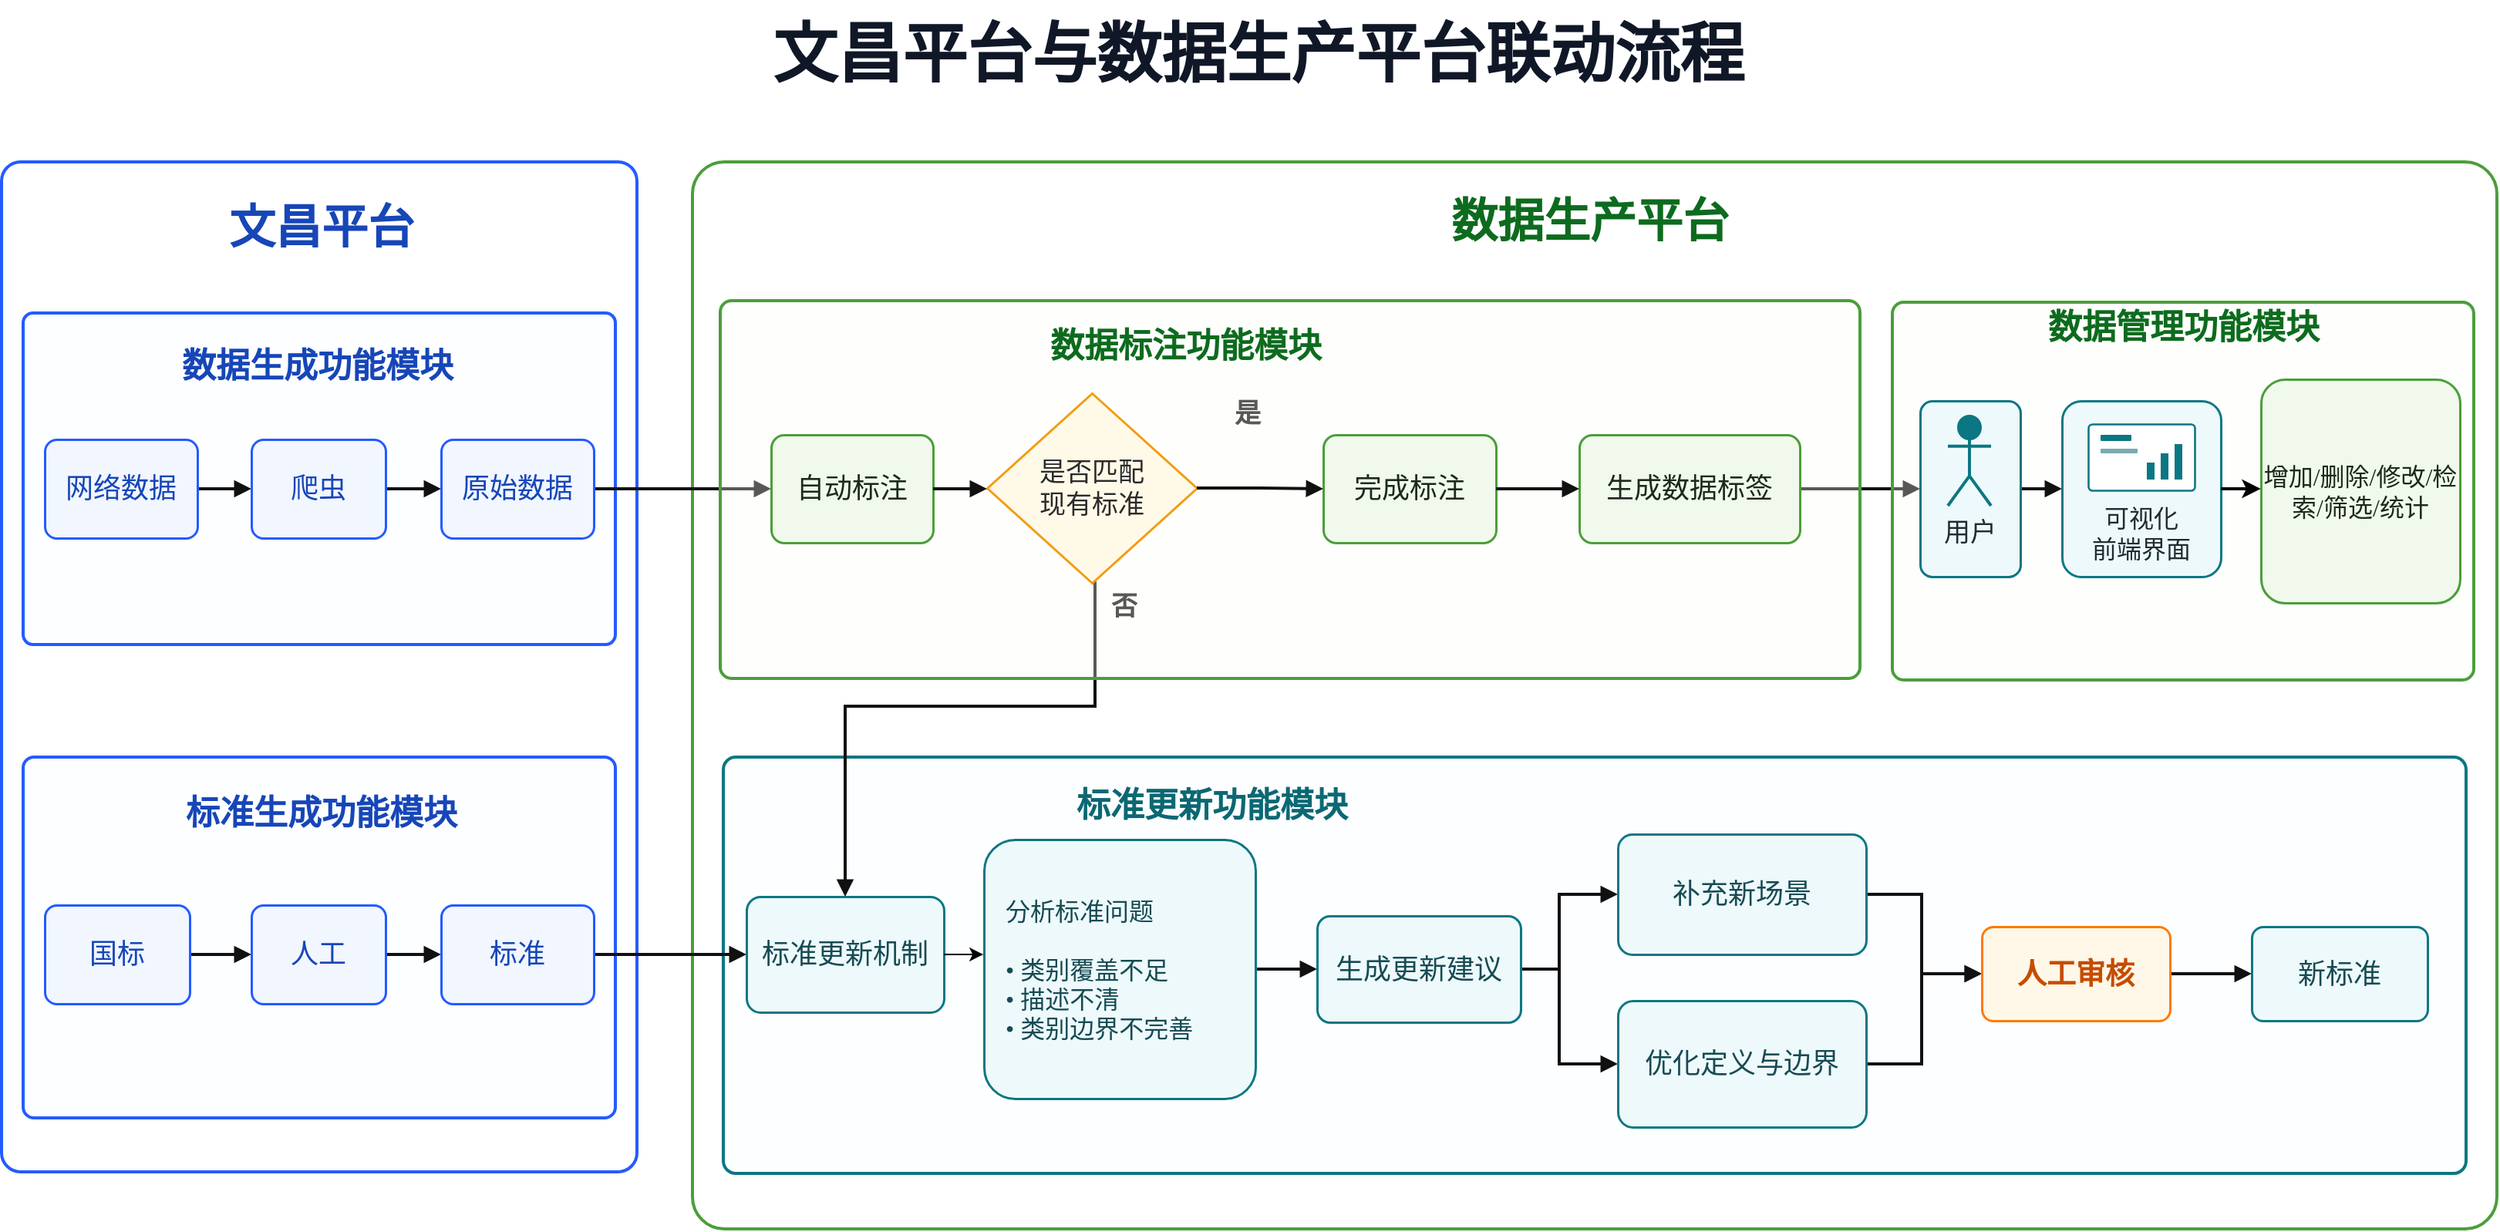
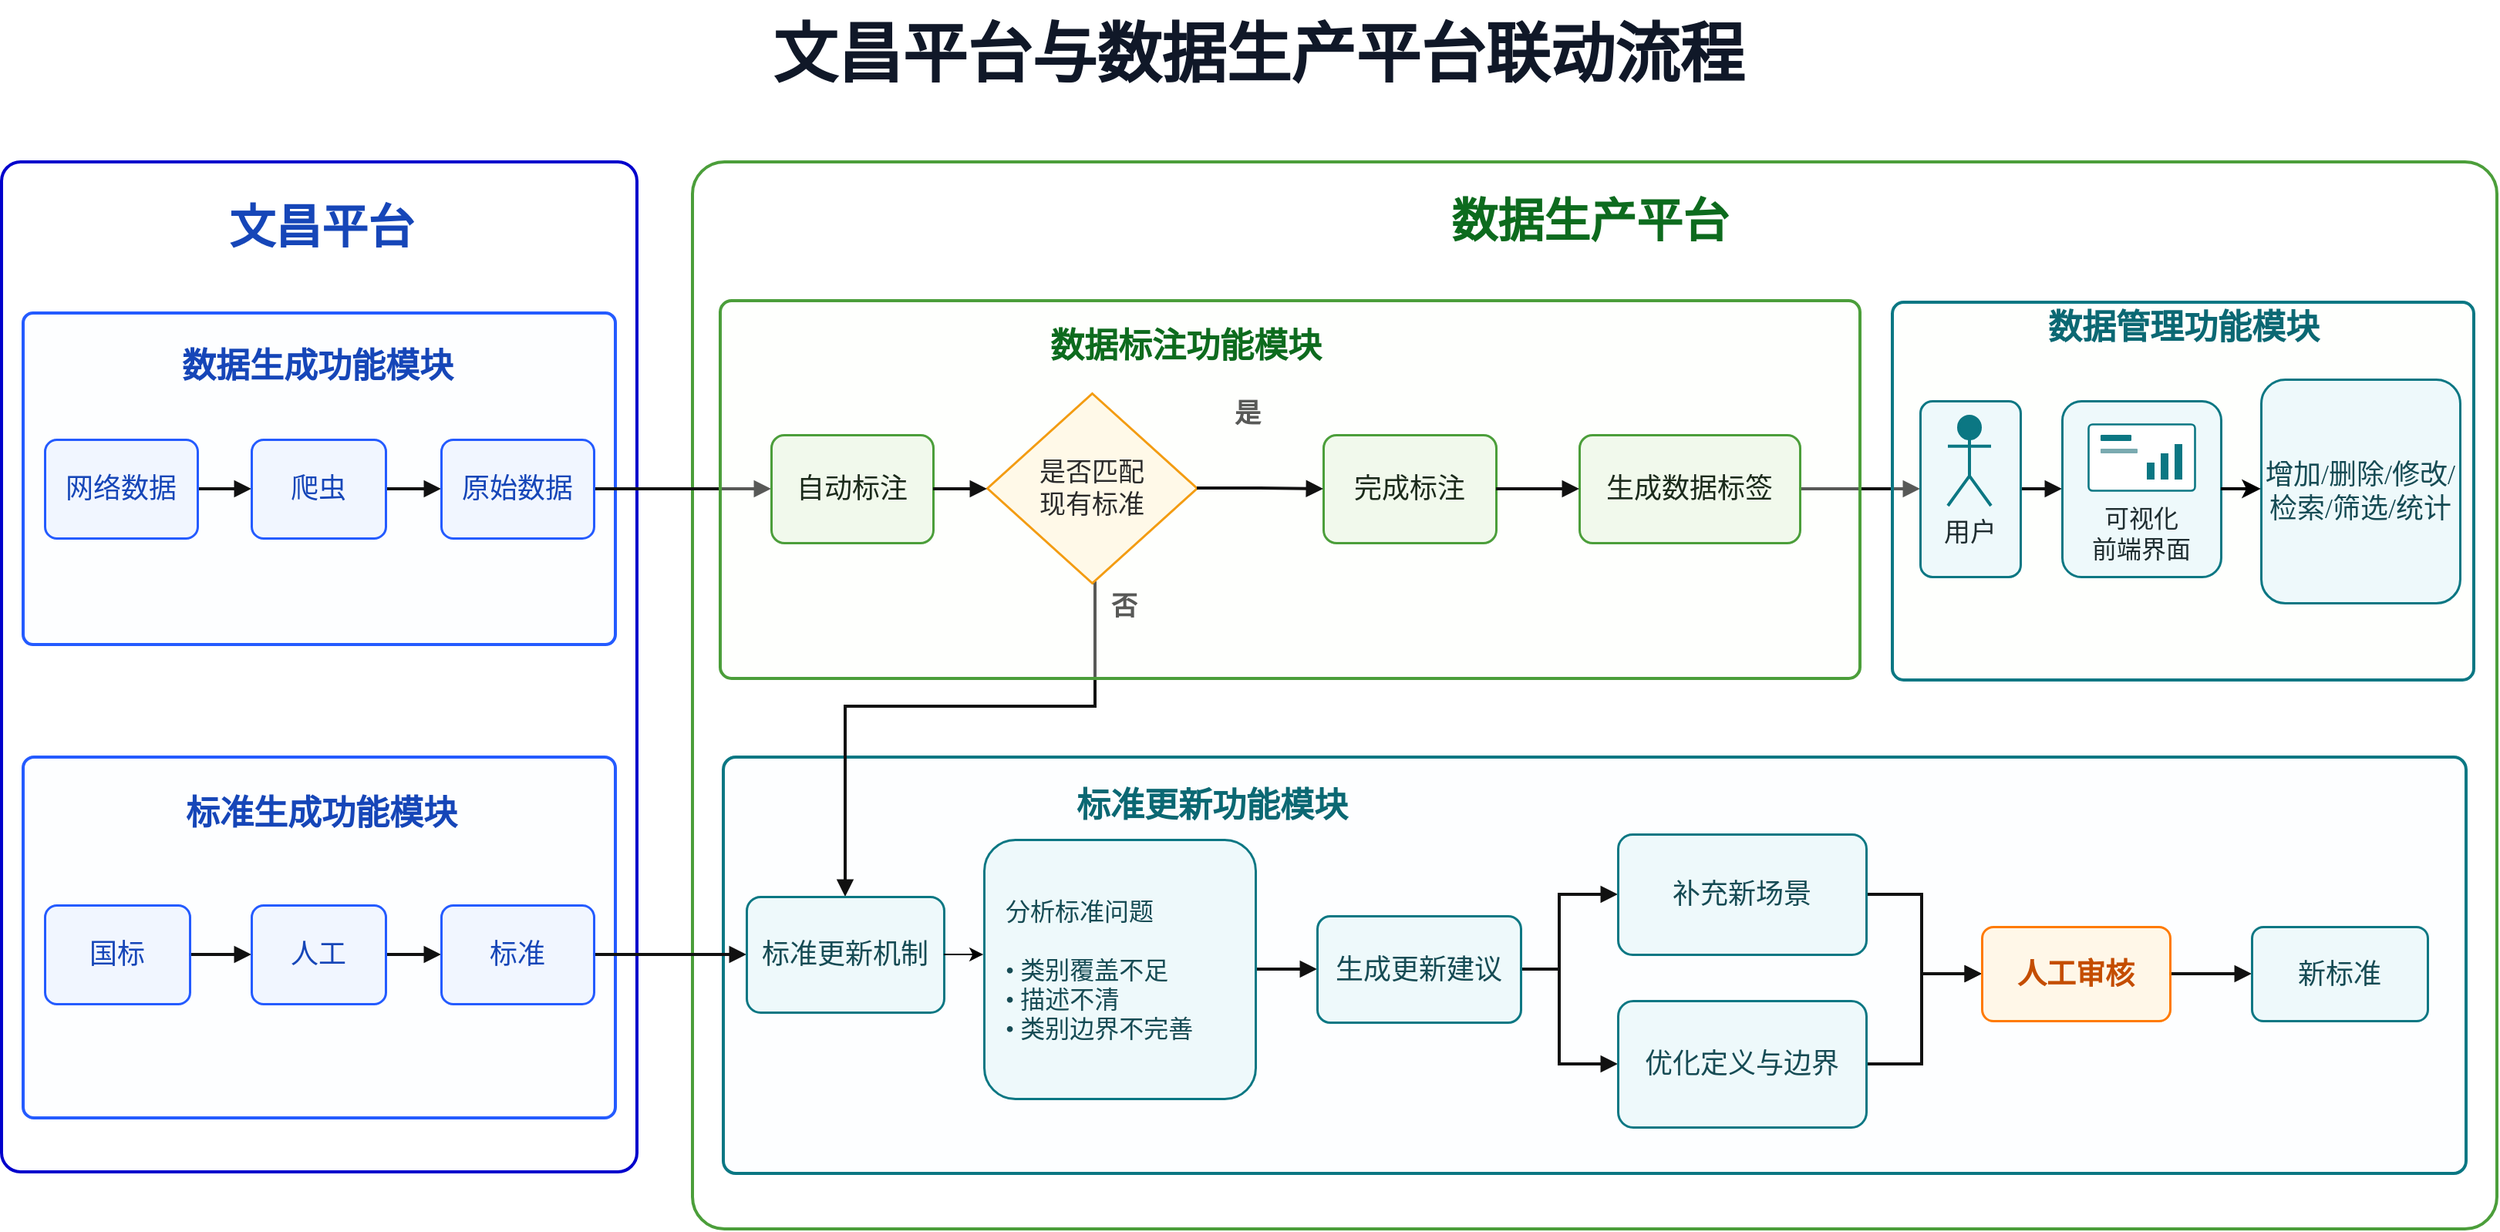
<mxfile host="app.diagrams.net">
  <diagram name="第 1 页" id="4yErZtKO05P3tX7bJs6z">
-     <mxGraphModel dx="524" dy="313" grid="1" gridSize="1" guides="1" tooltips="1" connect="1" arrows="1" fold="1" page="1" pageScale="1" pageWidth="1656" pageHeight="928" background="#FFFFFF" math="0" shadow="0">
+     <mxGraphModel dx="2044" dy="1222" grid="1" gridSize="1" guides="1" tooltips="1" connect="1" arrows="1" fold="1" page="1" pageScale="1" pageWidth="1656" pageHeight="928" background="#FFFFFF" math="0" shadow="0">
      <root>
        <mxCell id="0" />
        <mxCell id="1" parent="0" />
        <mxCell id="title" parent="1" style="text;html=1;align=center;verticalAlign=middle;whiteSpace=wrap;rounded=0;strokeColor=none;fillColor=none;fontFamily=Microsoft YaHei;fontSize=42;fontStyle=1;fontColor=#101828;" value="文昌平台与数据生产平台联动流程" vertex="1">
          <mxGeometry height="72" width="960" x="350" y="12" as="geometry" />
        </mxCell>
-         <mxCell id="left_outer" parent="1" style="rounded=1;arcSize=3;whiteSpace=wrap;html=1;fillColor=none;strokeWidth=2;strokeColor=#245BFF;fillColor=#FFFFFF;fillOpacity=0;" value="" vertex="1">
+         <mxCell id="left_outer" parent="1" style="rounded=1;arcSize=3;whiteSpace=wrap;html=1;fillColor=none;strokeWidth=2;strokeColor=#0000CC;fillColor=#FFFFFF;fillOpacity=0;" value="" vertex="1">
          <mxGeometry height="655" width="412" x="15" y="117" as="geometry" />
        </mxCell>
        <mxCell id="left_title" parent="1" style="text;html=1;align=center;verticalAlign=middle;whiteSpace=wrap;rounded=0;strokeColor=none;fillColor=none;fontFamily=Microsoft YaHei;fontSize=30;fontStyle=1;fontColor=#1646B8;" value="文昌平台" vertex="1">
          <mxGeometry height="48" width="235" x="105" y="135" as="geometry" />
        </mxCell>
        <mxCell id="right_outer" parent="1" style="rounded=1;arcSize=3;whiteSpace=wrap;html=1;fillColor=none;strokeWidth=2;strokeColor=#4B9E3A;fillColor=#FFFFFF;fillOpacity=0;" value="" vertex="1">
          <mxGeometry height="692" width="1170" x="463" y="117" as="geometry" />
        </mxCell>
        <mxCell id="right_title" parent="1" style="text;html=1;align=center;verticalAlign=middle;whiteSpace=wrap;rounded=0;strokeColor=none;fillColor=none;fontFamily=Microsoft YaHei;fontSize=30;fontStyle=1;fontColor=#0D6B1E;" value="数据生产平台" vertex="1">
          <mxGeometry height="50" width="540" x="775" y="130" as="geometry" />
        </mxCell>
        <mxCell id="data_gen_box" parent="1" style="rounded=1;arcSize=3;whiteSpace=wrap;html=1;fillColor=none;strokeWidth=2;strokeColor=#245BFF;fillColor=#F7FAFF;fillOpacity=30;" value="" vertex="1">
          <mxGeometry height="215" width="384" x="29" y="215" as="geometry" />
        </mxCell>
        <mxCell id="data_gen_title" parent="1" style="text;html=1;align=center;verticalAlign=middle;whiteSpace=wrap;rounded=0;strokeColor=none;fillColor=none;fontFamily=Microsoft YaHei;fontSize=22;fontStyle=1;fontColor=#1646B8;" value="数据生成功能模块" vertex="1">
          <mxGeometry height="43" width="260" x="90" y="228" as="geometry" />
        </mxCell>
        <mxCell id="std_gen_box" parent="1" style="rounded=1;arcSize=3;whiteSpace=wrap;html=1;fillColor=none;strokeWidth=2;strokeColor=#245BFF;fillColor=#F7FAFF;fillOpacity=30;" value="" vertex="1">
          <mxGeometry height="234" width="384" x="29" y="503" as="geometry" />
        </mxCell>
        <mxCell id="std_gen_title" parent="1" style="text;html=1;align=center;verticalAlign=middle;whiteSpace=wrap;rounded=0;strokeColor=none;fillColor=none;fontFamily=Microsoft YaHei;fontSize=22;fontStyle=1;fontColor=#1646B8;" value="标准生成功能模块" vertex="1">
          <mxGeometry height="43" width="285" x="80" y="518" as="geometry" />
        </mxCell>
        <mxCell id="update_box" parent="1" style="rounded=1;arcSize=3;whiteSpace=wrap;html=1;fillColor=none;strokeWidth=2;strokeColor=#0B7783;fillColor=#F7FCFD;fillOpacity=30;" value="" vertex="1">
          <mxGeometry height="270" width="1130" x="483" y="503" as="geometry" />
        </mxCell>
        <mxCell id="update_title" parent="1" style="text;html=1;align=center;verticalAlign=middle;whiteSpace=wrap;rounded=0;strokeColor=none;fillColor=none;fontFamily=Microsoft YaHei;fontSize=22;fontStyle=1;fontColor=#0B6873;" value="标准更新功能模块" vertex="1">
          <mxGeometry height="42" width="380" x="610" y="514" as="geometry" />
        </mxCell>
        <mxCell id="e_network_crawler" edge="1" parent="1" source="network_data" style="edgeStyle=orthogonalEdgeStyle;rounded=0;orthogonalLoop=1;jettySize=auto;html=1;endArrow=block;endFill=1;strokeColor=#111111;strokeWidth=2;exitX=1;exitY=0.5;entryX=0;entryY=0.5;" target="crawler" value="">
          <mxGeometry relative="1" as="geometry" />
        </mxCell>
        <mxCell id="e_crawler_raw" edge="1" parent="1" source="crawler" style="edgeStyle=orthogonalEdgeStyle;rounded=0;orthogonalLoop=1;jettySize=auto;html=1;endArrow=block;endFill=1;strokeColor=#111111;strokeWidth=2;exitX=1;exitY=0.5;entryX=0;entryY=0.5;" target="raw_data" value="">
          <mxGeometry relative="1" as="geometry" />
        </mxCell>
        <mxCell id="e_national_manual" edge="1" parent="1" source="national_std" style="edgeStyle=orthogonalEdgeStyle;rounded=0;orthogonalLoop=1;jettySize=auto;html=1;endArrow=block;endFill=1;strokeColor=#111111;strokeWidth=2;exitX=1;exitY=0.5;entryX=0;entryY=0.5;" target="manual" value="">
          <mxGeometry relative="1" as="geometry" />
        </mxCell>
        <mxCell id="e_manual_rawstd" edge="1" parent="1" source="manual" style="edgeStyle=orthogonalEdgeStyle;rounded=0;orthogonalLoop=1;jettySize=auto;html=1;endArrow=block;endFill=1;strokeColor=#111111;strokeWidth=2;exitX=1;exitY=0.5;entryX=0;entryY=0.5;" target="raw_std" value="">
          <mxGeometry relative="1" as="geometry" />
        </mxCell>
        <mxCell id="e_raw_auto" edge="1" parent="1" source="raw_data" style="edgeStyle=orthogonalEdgeStyle;rounded=0;orthogonalLoop=1;jettySize=auto;html=1;endArrow=block;endFill=1;strokeColor=#111111;strokeWidth=2;exitX=1;exitY=0.5;entryX=0;entryY=0.5;" target="auto_label" value="">
          <mxGeometry relative="1" as="geometry" />
        </mxCell>
        <mxCell id="e_rawstd_mech" edge="1" parent="1" source="raw_std" style="edgeStyle=orthogonalEdgeStyle;rounded=0;orthogonalLoop=1;jettySize=auto;html=1;endArrow=block;endFill=1;strokeColor=#111111;strokeWidth=2;exitX=1;exitY=0.5;entryX=0;entryY=0.5;" target="update_mechanism" value="">
          <mxGeometry relative="1" as="geometry" />
        </mxCell>
        <mxCell id="e_generate_user" edge="1" parent="1" source="generate_tag" style="edgeStyle=orthogonalEdgeStyle;rounded=0;orthogonalLoop=1;jettySize=auto;html=1;endArrow=block;endFill=1;strokeColor=#111111;strokeWidth=2;exitX=1;exitY=0.5;entryX=0;entryY=0.5;" target="user_box" value="">
          <mxGeometry relative="1" as="geometry" />
        </mxCell>
        <mxCell id="e_decision_update" edge="1" parent="1" source="decision" style="edgeStyle=orthogonalEdgeStyle;rounded=0;orthogonalLoop=1;jettySize=auto;html=1;endArrow=block;endFill=1;strokeColor=#111111;strokeWidth=2;exitX=0.5;exitY=1;entryX=0.5;entryY=0;" target="update_mechanism" value="">
          <mxGeometry relative="1" as="geometry">
            <Array as="points">
              <mxPoint x="724" y="470" />
              <mxPoint x="562" y="470" />
            </Array>
          </mxGeometry>
        </mxCell>
        <mxCell id="e_analysis_suggest" edge="1" parent="1" source="analysis_problem" style="edgeStyle=orthogonalEdgeStyle;rounded=0;orthogonalLoop=1;jettySize=auto;html=1;endArrow=block;endFill=1;strokeColor=#111111;strokeWidth=2;exitX=1;exitY=0.5;entryX=0;entryY=0.5;" target="update_suggestion" value="">
          <mxGeometry relative="1" as="geometry" />
        </mxCell>
        <mxCell id="e_suggest_expand" edge="1" parent="1" source="update_suggestion" style="edgeStyle=orthogonalEdgeStyle;rounded=0;orthogonalLoop=1;jettySize=auto;html=1;endArrow=block;endFill=1;strokeColor=#111111;strokeWidth=2;exitX=1;exitY=0.5;entryX=0;entryY=0.5;" target="expand_category" value="">
          <mxGeometry relative="1" as="geometry">
            <Array as="points">
              <mxPoint x="1025" y="640" />
              <mxPoint x="1025" y="592" />
            </Array>
          </mxGeometry>
        </mxCell>
        <mxCell id="e_suggest_modify" edge="1" parent="1" source="update_suggestion" style="edgeStyle=orthogonalEdgeStyle;rounded=0;orthogonalLoop=1;jettySize=auto;html=1;endArrow=block;endFill=1;strokeColor=#111111;strokeWidth=2;exitX=1;exitY=0.5;entryX=0;entryY=0.5;" target="modify_desc" value="">
          <mxGeometry relative="1" as="geometry">
            <Array as="points">
              <mxPoint x="1025" y="640" />
              <mxPoint x="1025" y="702" />
            </Array>
          </mxGeometry>
        </mxCell>
        <mxCell id="e_expand_review" edge="1" parent="1" source="expand_category" style="edgeStyle=orthogonalEdgeStyle;rounded=0;orthogonalLoop=1;jettySize=auto;html=1;endArrow=block;endFill=1;strokeColor=#111111;strokeWidth=2;exitX=1;exitY=0.5;entryX=0;entryY=0.5;" target="manual_review" value="">
          <mxGeometry relative="1" as="geometry">
            <Array as="points">
              <mxPoint x="1260" y="592" />
              <mxPoint x="1260" y="644" />
            </Array>
          </mxGeometry>
        </mxCell>
        <mxCell id="e_modify_review" edge="1" parent="1" source="modify_desc" style="edgeStyle=orthogonalEdgeStyle;rounded=0;orthogonalLoop=1;jettySize=auto;html=1;endArrow=block;endFill=1;strokeColor=#111111;strokeWidth=2;exitX=1;exitY=0.5;entryX=0;entryY=0.5;" target="manual_review" value="">
          <mxGeometry relative="1" as="geometry">
            <Array as="points">
              <mxPoint x="1260" y="702" />
              <mxPoint x="1260" y="644" />
            </Array>
          </mxGeometry>
        </mxCell>
        <mxCell id="e_review_approved" edge="1" parent="1" source="manual_review" style="edgeStyle=orthogonalEdgeStyle;rounded=0;orthogonalLoop=1;jettySize=auto;html=1;endArrow=block;endFill=1;strokeColor=#111111;strokeWidth=2;exitX=1;exitY=0.5;entryX=0;entryY=0.5;" target="approved" value="">
          <mxGeometry relative="1" as="geometry" />
        </mxCell>
        <mxCell id="network_data" parent="1" style="rounded=1;arcSize=12;whiteSpace=wrap;html=1;align=center;verticalAlign=middle;strokeWidth=1.5;shadow=0;fontFamily=Microsoft YaHei;fontSize=18;fontColor=#1646B8;strokeColor=#245BFF;fillColor=#F1F6FF;" value="网络数据" vertex="1">
          <mxGeometry height="64" width="99" x="43" y="297" as="geometry" />
        </mxCell>
        <mxCell id="crawler" parent="1" style="rounded=1;arcSize=12;whiteSpace=wrap;html=1;align=center;verticalAlign=middle;strokeWidth=1.5;shadow=0;fontFamily=Microsoft YaHei;fontSize=18;fontColor=#1646B8;strokeColor=#245BFF;fillColor=#F1F6FF;" value="爬虫" vertex="1">
          <mxGeometry height="64" width="87" x="177" y="297" as="geometry" />
        </mxCell>
        <mxCell id="raw_data" parent="1" style="rounded=1;arcSize=12;whiteSpace=wrap;html=1;align=center;verticalAlign=middle;strokeWidth=1.5;shadow=0;fontFamily=Microsoft YaHei;fontSize=18;fontColor=#1646B8;strokeColor=#245BFF;fillColor=#F1F6FF;" value="原始数据" vertex="1">
          <mxGeometry height="64" width="99" x="300" y="297" as="geometry" />
        </mxCell>
        <mxCell id="national_std" parent="1" style="rounded=1;arcSize=12;whiteSpace=wrap;html=1;align=center;verticalAlign=middle;strokeWidth=1.5;shadow=0;fontFamily=Microsoft YaHei;fontSize=18;fontColor=#1646B8;strokeColor=#245BFF;fillColor=#F1F6FF;" value="国标" vertex="1">
          <mxGeometry height="64" width="94" x="43" y="599" as="geometry" />
        </mxCell>
        <mxCell id="manual" parent="1" style="rounded=1;arcSize=12;whiteSpace=wrap;html=1;align=center;verticalAlign=middle;strokeWidth=1.5;shadow=0;fontFamily=Microsoft YaHei;fontSize=18;fontColor=#1646B8;strokeColor=#245BFF;fillColor=#F1F6FF;" value="人工" vertex="1">
          <mxGeometry height="64" width="87" x="177" y="599" as="geometry" />
        </mxCell>
        <mxCell id="raw_std" parent="1" style="rounded=1;arcSize=12;whiteSpace=wrap;html=1;align=center;verticalAlign=middle;strokeWidth=1.5;shadow=0;fontFamily=Microsoft YaHei;fontSize=18;fontColor=#1646B8;strokeColor=#245BFF;fillColor=#F1F6FF;" value="标准" vertex="1">
          <mxGeometry height="64" width="99" x="300" y="599" as="geometry" />
        </mxCell>
        <mxCell id="update_mechanism" parent="1" style="rounded=1;arcSize=12;whiteSpace=wrap;html=1;align=center;verticalAlign=middle;strokeWidth=1.5;shadow=0;fontFamily=Microsoft YaHei;fontSize=18;fontColor=#164B54;strokeColor=#0B7783;fillColor=#EEF9FB;" value="标准更新机制" vertex="1">
          <mxGeometry height="75" width="128" x="498" y="593.5" as="geometry" />
        </mxCell>
        <mxCell id="analysis_problem" parent="1" style="rounded=1;arcSize=12;whiteSpace=wrap;html=1;align=center;verticalAlign=middle;strokeWidth=1.5;shadow=0;fontFamily=Microsoft YaHei;fontSize=16;fontColor=#164B54;strokeColor=#0B7783;fillColor=#EEF9FB;align=left;spacingLeft=12;" value="分析标准问题&lt;div&gt;&lt;br&gt;&lt;div&gt;• 类别覆盖不足&lt;/div&gt;&lt;div&gt;• 描述不清&lt;/div&gt;&lt;div&gt;• 类别边界不完善&lt;/div&gt;&lt;/div&gt;" vertex="1">
          <mxGeometry height="168" width="176" x="652" y="556.5" as="geometry" />
        </mxCell>
        <mxCell id="update_suggestion" parent="1" style="rounded=1;arcSize=12;whiteSpace=wrap;html=1;align=center;verticalAlign=middle;strokeWidth=1.5;shadow=0;fontFamily=Microsoft YaHei;fontSize=18;fontColor=#164B54;strokeColor=#0B7783;fillColor=#EEF9FB;" value="生成更新建议" vertex="1">
          <mxGeometry height="69" width="132" x="868" y="606" as="geometry" />
        </mxCell>
        <mxCell id="expand_category" parent="1" style="rounded=1;arcSize=12;whiteSpace=wrap;html=1;align=center;verticalAlign=middle;strokeWidth=1.5;shadow=0;fontFamily=Microsoft YaHei;fontSize=18;fontColor=#164B54;strokeColor=#0B7783;fillColor=#EEF9FB;" value="补充新场景" vertex="1">
          <mxGeometry height="78" width="161" x="1063" y="553" as="geometry" />
        </mxCell>
        <mxCell id="modify_desc" parent="1" style="rounded=1;arcSize=12;whiteSpace=wrap;html=1;align=center;verticalAlign=middle;strokeWidth=1.5;shadow=0;fontFamily=Microsoft YaHei;fontSize=18;fontColor=#164B54;strokeColor=#0B7783;fillColor=#EEF9FB;" value="优化定义与边界" vertex="1">
          <mxGeometry height="82" width="161" x="1063" y="661" as="geometry" />
        </mxCell>
        <mxCell id="manual_review" parent="1" style="rounded=1;arcSize=12;whiteSpace=wrap;html=1;align=center;verticalAlign=middle;strokeWidth=1.5;shadow=0;fontFamily=Microsoft YaHei;fontSize=19;fontStyle=1;fontColor=#C44D00;strokeColor=#FF7A00;fillColor=#FFF7E8;" value="人工审核" vertex="1">
          <mxGeometry height="61" width="122" x="1299" y="613" as="geometry" />
        </mxCell>
        <mxCell id="approved" parent="1" style="rounded=1;arcSize=12;whiteSpace=wrap;html=1;align=center;verticalAlign=middle;strokeWidth=1.5;shadow=0;fontFamily=Microsoft YaHei;fontSize=18;fontColor=#164B54;strokeColor=#0B7783;fillColor=#EEF9FB;" value="新标准" vertex="1">
          <mxGeometry height="61" width="114" x="1474" y="613" as="geometry" />
        </mxCell>
        <mxCell id="yes_label" parent="1" style="text;html=1;align=center;verticalAlign=middle;whiteSpace=wrap;rounded=0;strokeColor=none;fillColor=none;fontFamily=Microsoft YaHei;fontSize=17;fontStyle=1;fontColor=#111111;" value="是" vertex="1">
          <mxGeometry height="28" width="38" x="804" y="267" as="geometry" />
        </mxCell>
        <mxCell id="no_label" parent="1" style="text;html=1;align=center;verticalAlign=middle;whiteSpace=wrap;rounded=0;strokeColor=none;fillColor=none;fontFamily=Microsoft YaHei;fontSize=17;fontStyle=1;fontColor=#111111;" value="否" vertex="1">
          <mxGeometry height="28" width="40" x="723" y="392" as="geometry" />
        </mxCell>
        <mxCell id="_MsRrkVGIvv5ZV_jFw_0-2" edge="1" parent="1" source="update_mechanism" style="edgeStyle=orthogonalEdgeStyle;rounded=0;orthogonalLoop=1;jettySize=auto;html=1;exitX=1;exitY=0.5;exitDx=0;exitDy=0;entryX=-0.002;entryY=0.445;entryDx=0;entryDy=0;entryPerimeter=0;" target="analysis_problem">
          <mxGeometry relative="1" as="geometry" />
        </mxCell>
        <mxCell id="_MsRrkVGIvv5ZV_jFw_0-3" connectable="0" parent="1" style="group" value="" vertex="1">
          <mxGeometry height="245" width="739" x="481" y="207" as="geometry" />
        </mxCell>
        <mxCell id="label_box" parent="_MsRrkVGIvv5ZV_jFw_0-3" style="rounded=1;arcSize=3;whiteSpace=wrap;html=1;fillColor=none;strokeWidth=2;strokeColor=#4B9E3A;fillColor=#FBFFF9;fillOpacity=30;" value="" vertex="1">
          <mxGeometry height="245" width="739" as="geometry" />
        </mxCell>
        <mxCell id="label_title" parent="_MsRrkVGIvv5ZV_jFw_0-3" style="text;html=1;align=center;verticalAlign=middle;whiteSpace=wrap;rounded=0;strokeColor=none;fillColor=none;fontFamily=Microsoft YaHei;fontSize=22;fontStyle=1;fontColor=#0D6B1E;" value="数据标注功能模块" vertex="1">
          <mxGeometry height="40" width="340" x="132" y="10" as="geometry" />
        </mxCell>
        <mxCell id="auto_label" parent="_MsRrkVGIvv5ZV_jFw_0-3" style="rounded=1;arcSize=12;whiteSpace=wrap;html=1;align=center;verticalAlign=middle;strokeWidth=1.5;shadow=0;fontFamily=Microsoft YaHei;fontSize=18;fontColor=#1B2A1B;strokeColor=#4B9E3A;fillColor=#F1F9EC;" value="自动标注" vertex="1">
          <mxGeometry height="70" width="105" x="33" y="87" as="geometry" />
        </mxCell>
        <mxCell id="decision" parent="_MsRrkVGIvv5ZV_jFw_0-3" style="rhombus;whiteSpace=wrap;html=1;align=center;verticalAlign=middle;strokeWidth=1.5;fontFamily=Microsoft YaHei;fontSize=17;fontColor=#2B2B2B;strokeColor=#F39C12;fillColor=#FFF9E8;" value="是否匹配&lt;div&gt;现有标准&lt;/div&gt;" vertex="1">
          <mxGeometry height="123" width="136" x="173" y="60" as="geometry" />
        </mxCell>
        <mxCell id="complete_label" parent="_MsRrkVGIvv5ZV_jFw_0-3" style="rounded=1;arcSize=12;whiteSpace=wrap;html=1;align=center;verticalAlign=middle;strokeWidth=1.5;shadow=0;fontFamily=Microsoft YaHei;fontSize=18;fontColor=#1B2A1B;strokeColor=#4B9E3A;fillColor=#F1F9EC;" value="完成标注" vertex="1">
          <mxGeometry height="70" width="112" x="391" y="87" as="geometry" />
        </mxCell>
        <mxCell id="generate_tag" parent="_MsRrkVGIvv5ZV_jFw_0-3" style="rounded=1;arcSize=12;whiteSpace=wrap;html=1;align=center;verticalAlign=middle;strokeWidth=1.5;shadow=0;fontFamily=Microsoft YaHei;fontSize=18;fontColor=#1B2A1B;strokeColor=#4B9E3A;fillColor=#F1F9EC;" value="生成数据标签" vertex="1">
          <mxGeometry height="70" width="143" x="557" y="87" as="geometry" />
        </mxCell>
        <mxCell id="e_auto_decision" edge="1" parent="_MsRrkVGIvv5ZV_jFw_0-3" source="auto_label" style="edgeStyle=orthogonalEdgeStyle;rounded=0;orthogonalLoop=1;jettySize=auto;html=1;endArrow=block;endFill=1;strokeColor=#111111;strokeWidth=2;exitX=1;exitY=0.5;entryX=0;entryY=0.5;" target="decision" value="">
          <mxGeometry relative="1" as="geometry" />
        </mxCell>
        <mxCell id="e_decision_complete" edge="1" parent="_MsRrkVGIvv5ZV_jFw_0-3" source="decision" style="edgeStyle=orthogonalEdgeStyle;rounded=0;orthogonalLoop=1;jettySize=auto;html=1;endArrow=block;endFill=1;strokeColor=#111111;strokeWidth=2;exitX=1;exitY=0.5;entryX=0;entryY=0.5;" target="complete_label" value="">
          <mxGeometry relative="1" as="geometry" />
        </mxCell>
        <mxCell id="e_complete_generate" edge="1" parent="_MsRrkVGIvv5ZV_jFw_0-3" source="complete_label" style="edgeStyle=orthogonalEdgeStyle;rounded=0;orthogonalLoop=1;jettySize=auto;html=1;endArrow=block;endFill=1;strokeColor=#111111;strokeWidth=2;exitX=1;exitY=0.5;entryX=0;entryY=0.5;" target="generate_tag" value="">
          <mxGeometry relative="1" as="geometry" />
        </mxCell>
        <mxCell id="_MsRrkVGIvv5ZV_jFw_0-5" connectable="0" parent="1" style="group" value="" vertex="1">
          <mxGeometry height="245" width="377" x="1241" y="195" as="geometry" />
        </mxCell>
-         <mxCell id="management_box" parent="_MsRrkVGIvv5ZV_jFw_0-5" style="rounded=1;arcSize=3;whiteSpace=wrap;html=1;fillColor=none;strokeWidth=2;strokeColor=#4B9E3A;fillColor=#FBFFF9;fillOpacity=30;" value="" vertex="1">
+         <mxCell id="management_box" parent="_MsRrkVGIvv5ZV_jFw_0-5" style="rounded=1;arcSize=3;whiteSpace=wrap;html=1;fillColor=#F7FCFD;strokeWidth=2;strokeColor=#0B7783;fillColor=#FBFFF9;fillOpacity=30;align=center;verticalAlign=middle;fontFamily=Helvetica;fontSize=12;fontColor=default;" value="" vertex="1">
          <mxGeometry height="245" width="377" y="13" as="geometry" />
        </mxCell>
-         <mxCell id="management_title" parent="_MsRrkVGIvv5ZV_jFw_0-5" style="text;html=1;align=center;verticalAlign=middle;whiteSpace=wrap;rounded=0;strokeColor=none;fillColor=none;fontFamily=Microsoft YaHei;fontSize=22;fontStyle=1;fontColor=#0D6B1E;" value="数据管理功能模块" vertex="1">
+         <mxCell id="management_title" parent="_MsRrkVGIvv5ZV_jFw_0-5" style="text;html=1;align=center;verticalAlign=middle;whiteSpace=wrap;rounded=0;strokeColor=none;fillColor=none;fontFamily=Microsoft YaHei;fontSize=22;fontStyle=1;fontColor=#0B6873;" value="数据管理功能模块" vertex="1">
          <mxGeometry height="40" width="300" x="39" y="10" as="geometry" />
        </mxCell>
        <mxCell id="e_user_visual" edge="1" parent="_MsRrkVGIvv5ZV_jFw_0-5" source="user_box" style="edgeStyle=orthogonalEdgeStyle;rounded=0;orthogonalLoop=1;jettySize=auto;html=1;endArrow=block;endFill=1;strokeColor=#111111;strokeWidth=2;exitX=1;exitY=0.5;entryX=0;entryY=0.5;" target="visual_box" value="">
          <mxGeometry relative="1" as="geometry" />
        </mxCell>
        <mxCell id="user_box" parent="_MsRrkVGIvv5ZV_jFw_0-5" style="rounded=1;arcSize=12;whiteSpace=wrap;html=1;align=center;verticalAlign=middle;strokeWidth=1.5;shadow=0;strokeColor=#0B7783;fillColor=#EEF9FB;" value="" vertex="1">
          <mxGeometry height="114" width="65" x="18" y="77" as="geometry" />
        </mxCell>
        <mxCell id="user_icon" parent="_MsRrkVGIvv5ZV_jFw_0-5" style="shape=umlActor;html=1;strokeWidth=2;strokeColor=#0B7783;fillColor=#0B7783;" value="" vertex="1">
          <mxGeometry height="58" width="28" x="36" y="87" as="geometry" />
        </mxCell>
        <mxCell id="user_text" parent="_MsRrkVGIvv5ZV_jFw_0-5" style="text;html=1;align=center;verticalAlign=middle;whiteSpace=wrap;rounded=0;strokeColor=none;fillColor=none;fontFamily=Microsoft YaHei;fontSize=17;fontColor=#1F2D30;" value="用户" vertex="1">
          <mxGeometry height="32" width="65" x="18" y="147" as="geometry" />
        </mxCell>
        <mxCell id="visual_box" parent="_MsRrkVGIvv5ZV_jFw_0-5" style="rounded=1;arcSize=12;whiteSpace=wrap;html=1;align=center;verticalAlign=middle;strokeWidth=1.5;shadow=0;strokeColor=#0B7783;fillColor=#EEF9FB;" value="" vertex="1">
          <mxGeometry height="114" width="103" x="110" y="77" as="geometry" />
        </mxCell>
        <mxCell id="screen" parent="_MsRrkVGIvv5ZV_jFw_0-5" style="rounded=1;arcSize=6;whiteSpace=wrap;html=1;strokeColor=#0B7783;strokeWidth=1.3;fillColor=#FFFFFF;" value="" vertex="1">
          <mxGeometry height="43" width="69" x="127" y="92" as="geometry" />
        </mxCell>
        <mxCell id="screen_line1" parent="_MsRrkVGIvv5ZV_jFw_0-5" style="rounded=1;strokeColor=none;fillColor=#0B7783;" value="" vertex="1">
          <mxGeometry height="4" width="20" x="135" y="99" as="geometry" />
        </mxCell>
        <mxCell id="screen_line2" parent="_MsRrkVGIvv5ZV_jFw_0-5" style="rounded=1;strokeColor=none;fillColor=#7AAAB0;" value="" vertex="1">
          <mxGeometry height="3" width="24" x="135" y="108" as="geometry" />
        </mxCell>
        <mxCell id="bar1" parent="_MsRrkVGIvv5ZV_jFw_0-5" style="rounded=0;strokeColor=none;fillColor=#0B7783;" value="" vertex="1">
          <mxGeometry height="11" width="5" x="165" y="117" as="geometry" />
        </mxCell>
        <mxCell id="bar2" parent="_MsRrkVGIvv5ZV_jFw_0-5" style="rounded=0;strokeColor=none;fillColor=#0B7783;" value="" vertex="1">
          <mxGeometry height="17" width="5" x="174" y="111" as="geometry" />
        </mxCell>
        <mxCell id="bar3" parent="_MsRrkVGIvv5ZV_jFw_0-5" style="rounded=0;strokeColor=none;fillColor=#0B7783;" value="" vertex="1">
          <mxGeometry height="23" width="5" x="183" y="105" as="geometry" />
        </mxCell>
        <mxCell id="visual_text" parent="_MsRrkVGIvv5ZV_jFw_0-5" style="text;html=1;align=center;verticalAlign=middle;whiteSpace=wrap;rounded=0;strokeColor=none;fillColor=none;fontFamily=Microsoft YaHei;fontSize=16;fontStyle=1;fontColor=#1F2D30;" value="&lt;span style=&quot;font-weight: normal;&quot;&gt;可视化&lt;/span&gt;&lt;div&gt;&lt;span style=&quot;font-weight: normal;&quot;&gt;前端界面&lt;/span&gt;&lt;/div&gt;" vertex="1">
          <mxGeometry height="43" width="99" x="112" y="141" as="geometry" />
        </mxCell>
-         <mxCell id="data_manage" parent="_MsRrkVGIvv5ZV_jFw_0-5" style="rounded=1;arcSize=12;whiteSpace=wrap;html=1;align=center;verticalAlign=middle;strokeWidth=1.5;shadow=0;fontFamily=Microsoft YaHei;fontSize=16;fontColor=#1B2A1B;strokeColor=#4B9E3A;fillColor=#F1F9EC;" value="增加/删除/修改/检索/筛选/统计" vertex="1">
+         <mxCell id="data_manage" parent="_MsRrkVGIvv5ZV_jFw_0-5" style="rounded=1;arcSize=12;whiteSpace=wrap;html=1;align=center;verticalAlign=middle;strokeWidth=1.5;fontFamily=Microsoft YaHei;fontSize=18;fontColor=#164B54;strokeColor=#0B7783;fillColor=#EEF9FB;shadow=0;" value="增加/删除/修改/检索/筛选/统计" vertex="1">
          <mxGeometry height="145" width="129" x="239" y="63" as="geometry" />
        </mxCell>
        <mxCell id="_MsRrkVGIvv5ZV_jFw_0-8" edge="1" parent="_MsRrkVGIvv5ZV_jFw_0-5" source="visual_box" style="edgeStyle=orthogonalEdgeStyle;rounded=0;orthogonalLoop=1;jettySize=auto;html=1;exitX=1;exitY=0.5;exitDx=0;exitDy=0;entryX=-0.001;entryY=0.491;entryDx=0;entryDy=0;entryPerimeter=0;strokeWidth=2;" target="data_manage">
          <mxGeometry relative="1" as="geometry" />
        </mxCell>
      </root>
    </mxGraphModel>
  </diagram>
</mxfile>
